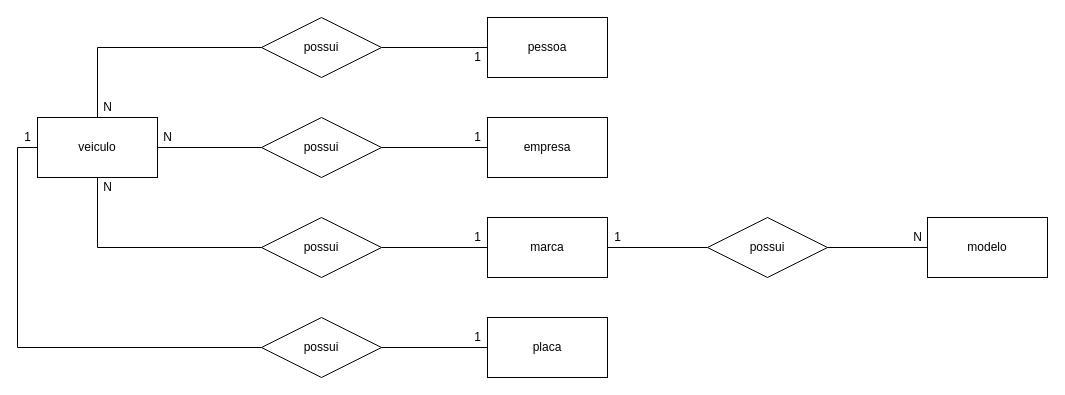
The draw.io diagram page "conceitual" (1 of 2) of Sprint 1/Exercícios/1.2-exercicio-locadora/1.2-exercicio-locadora.drawio in Marcaum04/2021-2S-2-DM, before the edit. Source tidied: cells renumbered, new cells numbered last; positions are measured from the earlier drawing's top-left corner, leaving out a move shared by most shapes. Both pictures are drawn from the tidied source at 100%, with x=0, y=0 at pixel (17, 17).
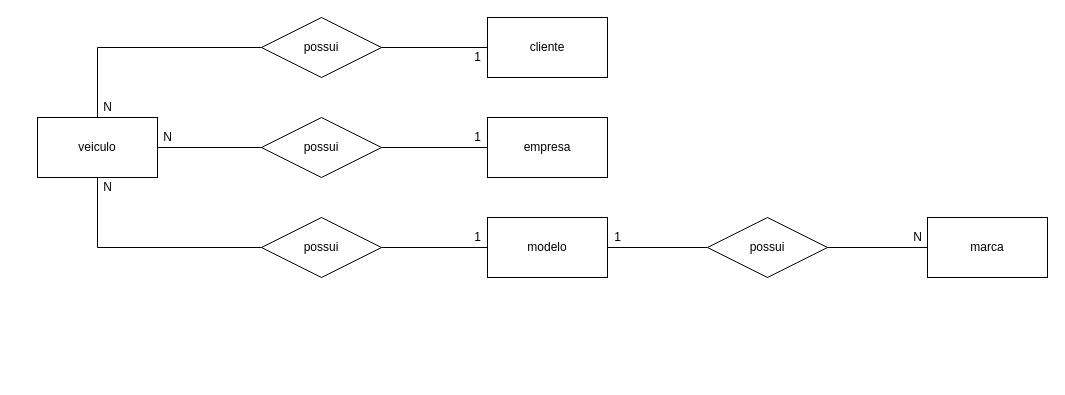
Above is the later version.

The change refers to these unchanged cells:
```xml
<mxCell id="4" value="veiculo" style="rounded=0;whiteSpace=wrap;html=1;" parent="1" vertex="1">
  <mxGeometry x="20" y="100" width="120" height="60" as="geometry" />
</mxCell>
```

The edit, as a diff of the source:
```diff
@@
-    <mxCell id="14" value="marca" style="rounded=0;whiteSpace=wrap;html=1;" parent="1" vertex="1">
+    <mxCell id="14" value="modelo" style="rounded=0;whiteSpace=wrap;html=1;" parent="1" vertex="1">
       <mxGeometry x="470" y="200" width="120" height="60" as="geometry" />
     </mxCell>
-    <mxCell id="15" value="modelo" style="rounded=0;whiteSpace=wrap;html=1;" parent="1" vertex="1">
+    <mxCell id="15" value="marca" style="rounded=0;whiteSpace=wrap;html=1;" parent="1" vertex="1">
       <mxGeometry x="910" y="200" width="120" height="60" as="geometry" />
     </mxCell>
-    <mxCell id="16" value="placa" style="rounded=0;whiteSpace=wrap;html=1;" parent="1" vertex="1">
-      <mxGeometry x="470" y="300" width="120" height="60" as="geometry" />
-    </mxCell>
@@
-    <mxCell id="19" style="edgeStyle=orthogonalEdgeStyle;rounded=0;jettySize=auto;html=1;entryX=0;entryY=0.5;entryDx=0;entryDy=0;endArrow=none;endFill=0;" parent="1" edge="1" source="21" target="16">
-      <mxGeometry relative="1" as="geometry" />
-    </mxCell>
-    <mxCell id="20" style="edgeStyle=orthogonalEdgeStyle;rounded=0;jettySize=auto;html=1;entryX=0;entryY=0.5;entryDx=0;entryDy=0;endArrow=none;endFill=0;" parent="1" edge="1" source="21" target="4">
-      <mxGeometry relative="1" as="geometry" />
-    </mxCell>
-    <mxCell id="21" value="possui" style="shape=rhombus;perimeter=rhombusPerimeter;whiteSpace=wrap;html=1;align=center;" parent="1" vertex="1">
-      <mxGeometry x="244" y="300" width="120" height="60" as="geometry" />
-    </mxCell>
@@
-    <mxCell id="26" value="1" style="text;html=1;align=center;verticalAlign=middle;strokeColor=none;" parent="1" vertex="1">
-      <mxGeometry x="450" y="310" width="20" height="20" as="geometry" />
-    </mxCell>
-    <mxCell id="27" value="1" style="text;html=1;align=center;verticalAlign=middle;strokeColor=none;" parent="1" vertex="1">
-      <mxGeometry y="110" width="20" height="20" as="geometry" />
-    </mxCell>
@@
-    <mxCell id="30" value="pessoa" style="rounded=0;whiteSpace=wrap;html=1;" parent="1" vertex="1">
+    <mxCell id="30" value="cliente" style="rounded=0;whiteSpace=wrap;html=1;" parent="1" vertex="1">
       <mxGeometry x="470" width="120" height="60" as="geometry" />
     </mxCell>
```
